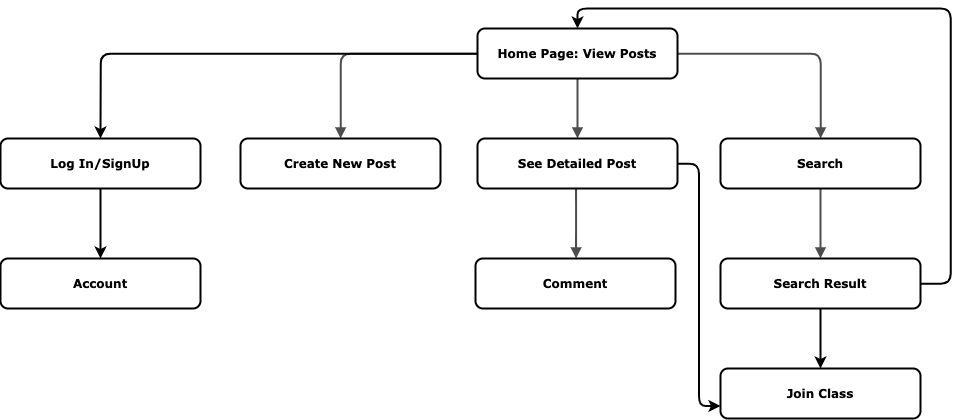
The draw.io diagram ux-design/images/AppMap.png in software-assignments-fall2021/user-experience-design-linkednyu, before a commit. Source tidied: cells renumbered, new cells last; positions are measured from the earlier drawing's top-left corner, leaving out a move shared by most shapes.
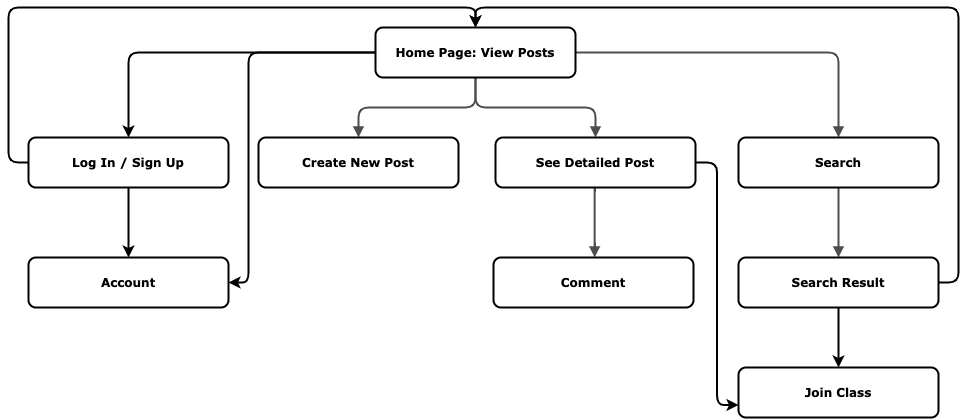
Later version of the same file.

Change to the diagram source:
```diff
@@ -2,68 +2,85 @@
   <root>
     <mxCell id="0" />
     <mxCell id="1" parent="0" />
-    <mxCell id="2" style="edgeStyle=orthogonalEdgeStyle;rounded=1;html=1;labelBackgroundColor=none;endArrow=block;endFill=1;strokeColor=#4D4D4D;strokeWidth=2;fontFamily=Verdana;fontSize=12;fontStyle=1;" parent="1" edge="1" source="14" target="12">
+    <mxCell id="2" style="edgeStyle=orthogonalEdgeStyle;rounded=1;html=1;labelBackgroundColor=none;endArrow=block;endFill=1;strokeColor=#4D4D4D;strokeWidth=2;fontFamily=Verdana;fontSize=12;fontStyle=1;" parent="1" edge="1" source="13" target="10">
       <mxGeometry relative="1" as="geometry" />
     </mxCell>
-    <mxCell id="3" style="edgeStyle=orthogonalEdgeStyle;rounded=1;html=1;labelBackgroundColor=none;endArrow=block;endFill=1;strokeColor=#4D4D4D;strokeWidth=2;fontFamily=Verdana;fontSize=12;fontStyle=1;" parent="1" edge="1" source="14" target="10">
+    <mxCell id="3" style="edgeStyle=orthogonalEdgeStyle;rounded=1;html=1;labelBackgroundColor=none;endArrow=block;endFill=1;strokeColor=#4D4D4D;strokeWidth=2;fontFamily=Verdana;fontSize=12;fontStyle=1;" parent="1" edge="1" source="13" target="8">
       <mxGeometry relative="1" as="geometry" />
     </mxCell>
-    <mxCell id="4" style="edgeStyle=orthogonalEdgeStyle;rounded=1;html=1;labelBackgroundColor=none;endArrow=block;endFill=1;strokeColor=#4D4D4D;strokeWidth=2;fontFamily=Verdana;fontSize=12;fontStyle=1;" parent="1" edge="1" source="14" target="15">
+    <mxCell id="4" style="edgeStyle=orthogonalEdgeStyle;rounded=1;html=1;labelBackgroundColor=none;endArrow=block;endFill=1;strokeColor=#4D4D4D;strokeWidth=2;fontFamily=Verdana;fontSize=12;fontStyle=1;" parent="1" edge="1" source="13" target="14">
       <mxGeometry relative="1" as="geometry" />
     </mxCell>
-    <mxCell id="5" style="edgeStyle=elbowEdgeStyle;rounded=1;html=1;labelBackgroundColor=none;endArrow=block;endFill=1;strokeColor=#4D4D4D;strokeWidth=2;fontFamily=Verdana;fontSize=12;fontStyle=1;" parent="1" edge="1" source="10" target="11">
+    <mxCell id="5" style="edgeStyle=elbowEdgeStyle;rounded=1;html=1;labelBackgroundColor=none;endArrow=block;endFill=1;strokeColor=#4D4D4D;strokeWidth=2;fontFamily=Verdana;fontSize=12;fontStyle=1;" parent="1" edge="1" source="8" target="9">
       <mxGeometry relative="1" as="geometry" />
     </mxCell>
-    <mxCell id="6" style="edgeStyle=orthogonalEdgeStyle;rounded=1;html=1;labelBackgroundColor=none;endArrow=block;endFill=1;strokeColor=#4D4D4D;strokeWidth=2;fontFamily=Verdana;fontSize=12;fontStyle=1;" parent="1" edge="1" source="15" target="18">
+    <mxCell id="6" style="edgeStyle=orthogonalEdgeStyle;rounded=1;html=1;labelBackgroundColor=none;endArrow=block;endFill=1;strokeColor=#4D4D4D;strokeWidth=2;fontFamily=Verdana;fontSize=12;fontStyle=1;" parent="1" edge="1" source="14" target="17">
       <mxGeometry relative="1" as="geometry" />
     </mxCell>
-    <mxCell id="7" style="edgeStyle=orthogonalEdgeStyle;rounded=1;jettySize=auto;html=1;entryX=0.5;entryY=0;entryDx=0;entryDy=0;strokeWidth=2;" parent="1" edge="1" source="8" target="20">
+    <mxCell id="7" style="edgeStyle=orthogonalEdgeStyle;rounded=1;jettySize=auto;html=1;entryX=0;entryY=0.75;entryDx=0;entryDy=0;strokeWidth=2;" parent="1" edge="1" source="8" target="18">
       <mxGeometry relative="1" as="geometry" />
     </mxCell>
-    <mxCell id="8" value="Log In/SignUp" style="whiteSpace=wrap;html=1;rounded=1;shadow=0;comic=0;strokeWidth=2;fontFamily=Verdana;align=center;fontSize=12;fontStyle=1;" parent="1" vertex="1">
-      <mxGeometry y="130" width="200" height="50" as="geometry" />
+    <mxCell id="8" value="See Detailed Post" style="whiteSpace=wrap;html=1;rounded=1;shadow=0;comic=0;strokeWidth=2;fontFamily=Verdana;align=center;fontSize=12;fontStyle=1;" parent="1" vertex="1">
+      <mxGeometry x="597" y="130" width="200" height="50" as="geometry" />
     </mxCell>
-    <mxCell id="9" style="edgeStyle=orthogonalEdgeStyle;rounded=1;jettySize=auto;html=1;entryX=0;entryY=0.75;entryDx=0;entryDy=0;strokeWidth=2;" parent="1" edge="1" source="10" target="19">
-      <mxGeometry relative="1" as="geometry" />
+    <mxCell id="9" value="Comment" style="whiteSpace=wrap;html=1;rounded=1;shadow=0;comic=0;strokeWidth=2;fontFamily=Verdana;align=center;fontSize=12;fontStyle=1;" parent="1" vertex="1">
+      <mxGeometry x="595" y="250" width="200" height="50" as="geometry" />
     </mxCell>
-    <mxCell id="10" value="See Detailed Post" style="whiteSpace=wrap;html=1;rounded=1;shadow=0;comic=0;strokeWidth=2;fontFamily=Verdana;align=center;fontSize=12;fontStyle=1;" parent="1" vertex="1">
-      <mxGeometry x="477" y="130" width="200" height="50" as="geometry" />
+    <mxCell id="10" value="Create New Post" style="whiteSpace=wrap;html=1;rounded=1;shadow=0;comic=0;strokeWidth=2;fontFamily=Verdana;align=center;fontSize=12;fontStyle=1;" parent="1" vertex="1">
+      <mxGeometry x="360" y="130" width="200" height="50" as="geometry" />
     </mxCell>
-    <mxCell id="11" value="Comment" style="whiteSpace=wrap;html=1;rounded=1;shadow=0;comic=0;strokeWidth=2;fontFamily=Verdana;align=center;fontSize=12;fontStyle=1;" parent="1" vertex="1">
-      <mxGeometry x="475" y="250" width="200" height="50" as="geometry" />
+    <mxCell id="11" style="edgeStyle=orthogonalEdgeStyle;rounded=1;jettySize=auto;html=1;entryX=0.5;entryY=0;entryDx=0;entryDy=0;strokeWidth=2;" parent="1" edge="1" source="13" target="21">
+      <mxGeometry relative="1" as="geometry" />
     </mxCell>
-    <mxCell id="12" value="Create New Post" style="whiteSpace=wrap;html=1;rounded=1;shadow=0;comic=0;strokeWidth=2;fontFamily=Verdana;align=center;fontSize=12;fontStyle=1;" parent="1" vertex="1">
-      <mxGeometry x="240" y="130" width="200" height="50" as="geometry" />
+    <mxCell id="12" style="edgeStyle=orthogonalEdgeStyle;rounded=1;jettySize=auto;html=1;entryX=1;entryY=0.5;entryDx=0;entryDy=0;strokeWidth=2;" parent="1" edge="1" source="13" target="22">
+      <mxGeometry relative="1" as="geometry">
+        <Array as="points">
+          <mxPoint x="350" y="45" />
+          <mxPoint x="350" y="275" />
+        </Array>
+      </mxGeometry>
     </mxCell>
-    <mxCell id="13" style="edgeStyle=orthogonalEdgeStyle;rounded=1;jettySize=auto;html=1;entryX=0.5;entryY=0;entryDx=0;entryDy=0;strokeWidth=2;" parent="1" edge="1" source="14" target="8">
-      <mxGeometry relative="1" as="geometry" />
+    <mxCell id="13" value="Home Page: View Posts" style="whiteSpace=wrap;html=1;rounded=1;shadow=0;comic=0;strokeWidth=2;fontFamily=Verdana;align=center;fontSize=12;fontStyle=1;" parent="1" vertex="1">
+      <mxGeometry x="477" y="20" width="200" height="50" as="geometry" />
     </mxCell>
-    <mxCell id="14" value="Home Page: View Posts" style="whiteSpace=wrap;html=1;rounded=1;shadow=0;comic=0;strokeWidth=2;fontFamily=Verdana;align=center;fontSize=12;fontStyle=1;" parent="1" vertex="1">
-      <mxGeometry x="477" y="20" width="200" height="50" as="geometry" />
+    <mxCell id="14" value="Search" style="whiteSpace=wrap;html=1;rounded=1;shadow=0;comic=0;strokeWidth=2;fontFamily=Verdana;align=center;fontSize=12;fontStyle=1;" parent="1" vertex="1">
+      <mxGeometry x="840" y="130" width="200" height="50" as="geometry" />
     </mxCell>
-    <mxCell id="15" value="Search" style="whiteSpace=wrap;html=1;rounded=1;shadow=0;comic=0;strokeWidth=2;fontFamily=Verdana;align=center;fontSize=12;fontStyle=1;" parent="1" vertex="1">
-      <mxGeometry x="720" y="130" width="200" height="50" as="geometry" />
+    <mxCell id="15" style="edgeStyle=orthogonalEdgeStyle;rounded=1;jettySize=auto;html=1;entryX=0.5;entryY=0;entryDx=0;entryDy=0;strokeWidth=2;" parent="1" edge="1" source="17" target="18">
+      <mxGeometry relative="1" as="geometry" />
     </mxCell>
-    <mxCell id="16" style="edgeStyle=orthogonalEdgeStyle;rounded=1;jettySize=auto;html=1;entryX=0.5;entryY=0;entryDx=0;entryDy=0;strokeWidth=2;" parent="1" edge="1" source="18" target="19">
-      <mxGeometry relative="1" as="geometry" />
+    <mxCell id="16" style="edgeStyle=orthogonalEdgeStyle;rounded=1;jettySize=auto;html=1;entryX=0.5;entryY=0;entryDx=0;entryDy=0;strokeWidth=2;" parent="1" edge="1" source="17" target="13">
+      <mxGeometry relative="1" as="geometry">
+        <Array as="points">
+          <mxPoint x="1060" y="275" />
+          <mxPoint x="1060" />
+          <mxPoint x="577" />
+        </Array>
+      </mxGeometry>
     </mxCell>
-    <mxCell id="17" style="edgeStyle=orthogonalEdgeStyle;rounded=1;jettySize=auto;html=1;entryX=0.5;entryY=0;entryDx=0;entryDy=0;strokeWidth=2;" parent="1" edge="1" source="18" target="14">
-      <mxGeometry relative="1" as="geometry">
-        <Array as="points">
-          <mxPoint x="950" y="275" />
-          <mxPoint x="950" />
-          <mxPoint x="577" />
-        </Array>
-      </mxGeometry>
+    <mxCell id="17" value="Search Result" style="whiteSpace=wrap;html=1;rounded=1;shadow=0;comic=0;strokeWidth=2;fontFamily=Verdana;align=center;fontSize=12;fontStyle=1;" parent="1" vertex="1">
+      <mxGeometry x="840" y="250" width="200" height="50" as="geometry" />
     </mxCell>
-    <mxCell id="18" value="Search Result" style="whiteSpace=wrap;html=1;rounded=1;shadow=0;comic=0;strokeWidth=2;fontFamily=Verdana;align=center;fontSize=12;fontStyle=1;" parent="1" vertex="1">
-      <mxGeometry x="720" y="250" width="200" height="50" as="geometry" />
+    <mxCell id="18" value="Join Class" style="whiteSpace=wrap;html=1;rounded=1;shadow=0;comic=0;strokeWidth=2;fontFamily=Verdana;align=center;fontSize=12;fontStyle=1;" parent="1" vertex="1">
+      <mxGeometry x="840" y="360" width="200" height="50" as="geometry" />
     </mxCell>
-    <mxCell id="19" value="Join Class" style="whiteSpace=wrap;html=1;rounded=1;shadow=0;comic=0;strokeWidth=2;fontFamily=Verdana;align=center;fontSize=12;fontStyle=1;" parent="1" vertex="1">
-      <mxGeometry x="720" y="360" width="200" height="50" as="geometry" />
+    <mxCell id="19" style="edgeStyle=orthogonalEdgeStyle;rounded=1;jettySize=auto;html=1;entryX=0.5;entryY=0;entryDx=0;entryDy=0;strokeWidth=2;" parent="1" edge="1" source="21" target="13">
+      <mxGeometry relative="1" as="geometry">
+        <Array as="points">
+          <mxPoint x="110" y="155" />
+          <mxPoint x="110" />
+          <mxPoint x="577" />
+        </Array>
+      </mxGeometry>
     </mxCell>
-    <mxCell id="20" value="Account" style="whiteSpace=wrap;html=1;rounded=1;shadow=0;comic=0;strokeWidth=2;fontFamily=Verdana;align=center;fontSize=12;fontStyle=1;" parent="1" vertex="1">
-      <mxGeometry y="250" width="200" height="50" as="geometry" />
+    <mxCell id="20" style="edgeStyle=orthogonalEdgeStyle;rounded=1;jettySize=auto;html=1;entryX=0.5;entryY=0;entryDx=0;entryDy=0;strokeWidth=2;" parent="1" edge="1" source="21" target="22">
+      <mxGeometry relative="1" as="geometry" />
     </mxCell>
+    <mxCell id="21" value="Log In / Sign Up" style="whiteSpace=wrap;html=1;rounded=1;shadow=0;comic=0;strokeWidth=2;fontFamily=Verdana;align=center;fontSize=12;fontStyle=1;" parent="1" vertex="1">
+      <mxGeometry x="130" y="130" width="200" height="50" as="geometry" />
+    </mxCell>
+    <mxCell id="22" value="Account" style="whiteSpace=wrap;html=1;rounded=1;shadow=0;comic=0;strokeWidth=2;fontFamily=Verdana;align=center;fontSize=12;fontStyle=1;" parent="1" vertex="1">
+      <mxGeometry x="130" y="250" width="200" height="50" as="geometry" />
+    </mxCell>
   </root>
 </mxGraphModel>
```
